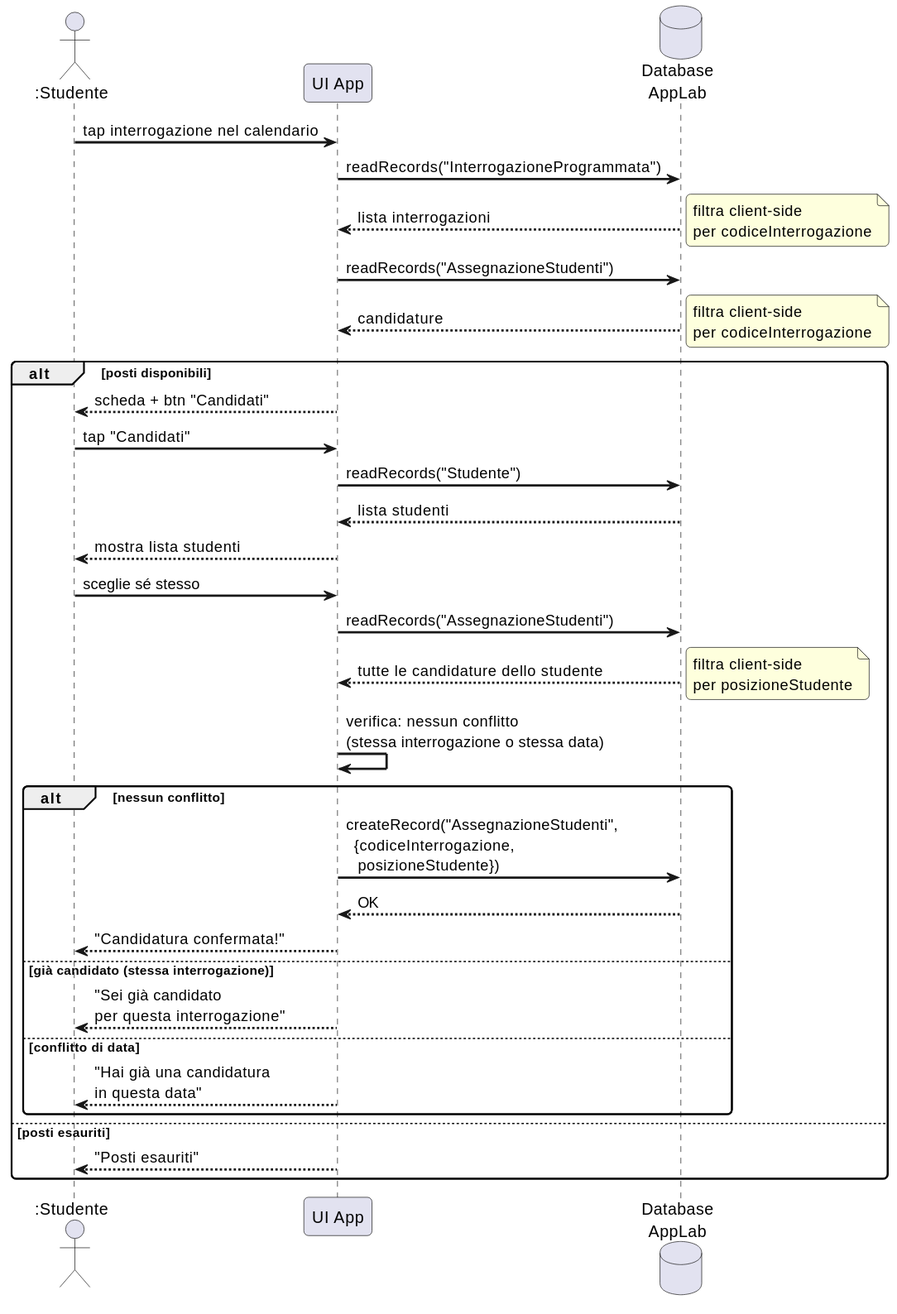
This is images/sd-candidatura.svg from gionatamassibenincasa/study-together, a PlantUML export, as it was before one commit.
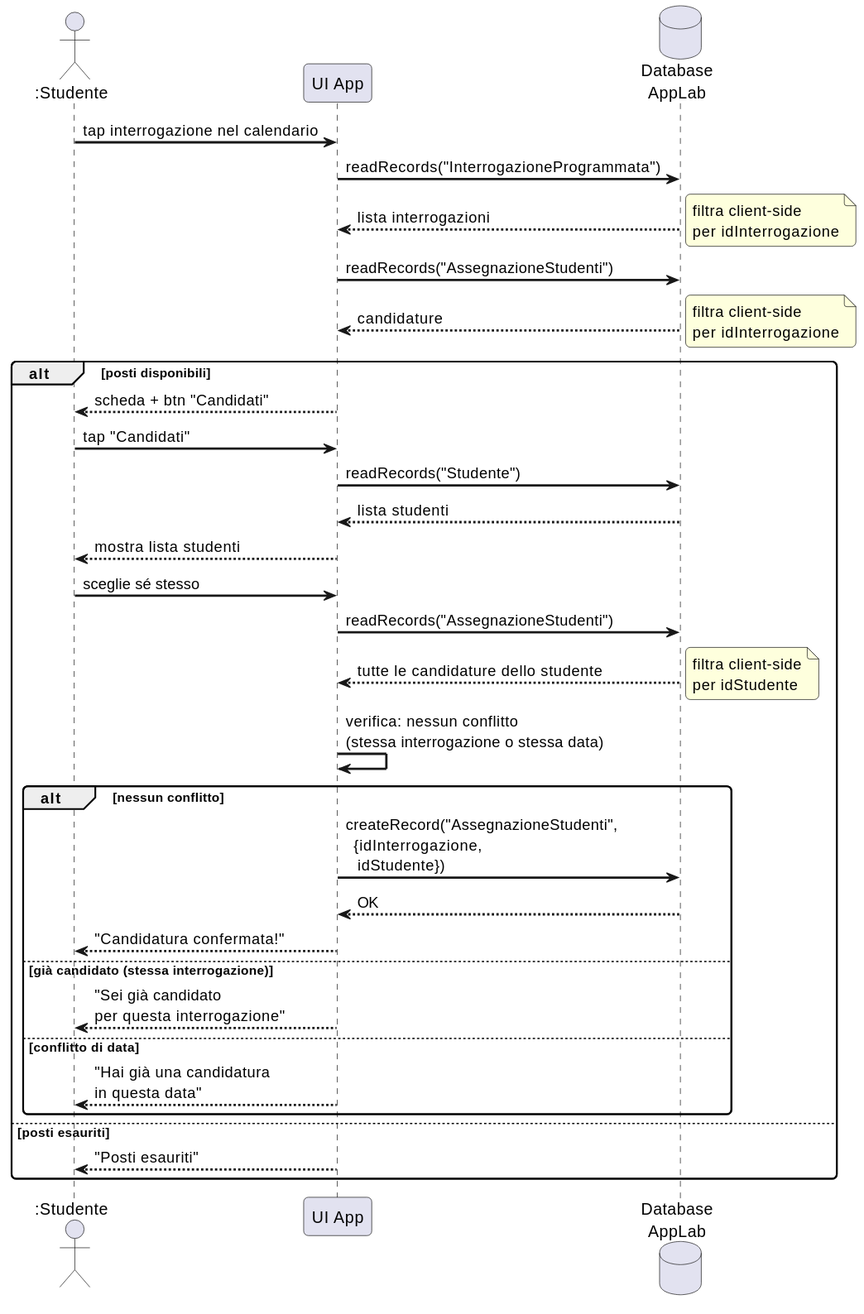
The same file after the commit.

The edit, as a diff of the source:
```diff
@@ -9,11 +9,11 @@
 S -> UI : tap interrogazione nel calendario
 UI -> DB : readRecords("InterrogazioneProgrammata")
 DB --> UI : lista interrogazioni
-note right: filtra client-side\nper codiceInterrogazione
+note right: filtra client-side\nper idInterrogazione
 
 UI -> DB : readRecords("AssegnazioneStudenti")
 DB --> UI : candidature
-note right: filtra client-side\nper codiceInterrogazione
+note right: filtra client-side\nper idInterrogazione
 
 alt posti disponibili
   UI --> S : scheda + btn "Candidati"
@@ -25,11 +25,11 @@
   S -> UI : sceglie sé stesso
   UI -> DB : readRecords("AssegnazioneStudenti")
   DB --> UI : tutte le candidature dello studente
-  note right: filtra client-side\nper posizioneStudente
+  note right: filtra client-side\nper idStudente
   UI -> UI : verifica: nessun conflitto\n(stessa interrogazione o stessa data)
 
   alt nessun conflitto
-    UI -> DB : createRecord("AssegnazioneStudenti",\n  {codiceInterrogazione,\n   posizioneStudente})
+    UI -> DB : createRecord("AssegnazioneStudenti",\n  {idInterrogazione,\n   idStudente})
     DB --> UI : OK
     UI --> S : "Candidatura confermata!"
   else già candidato (stessa interrogazione)
```
